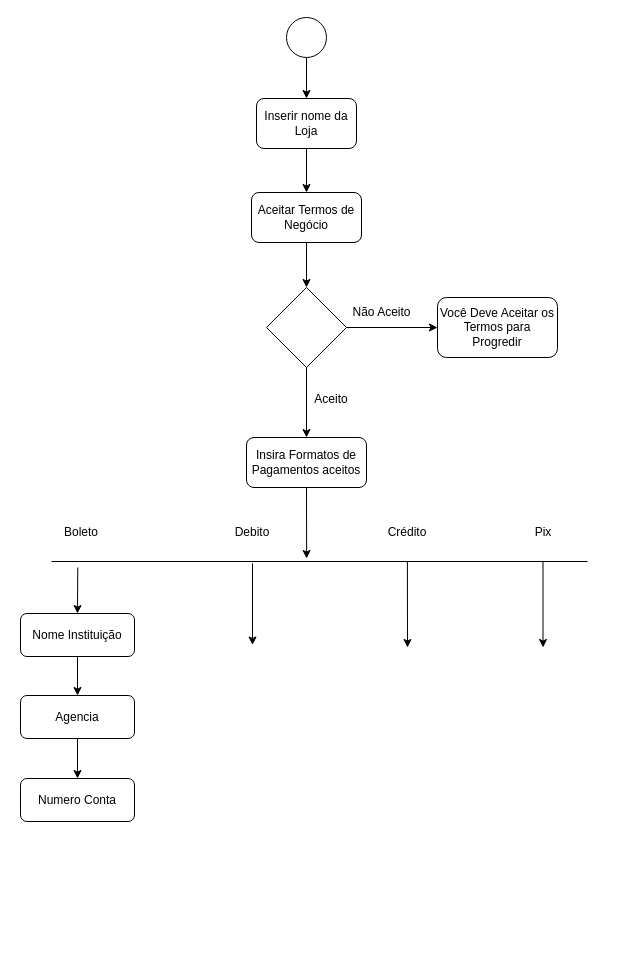
GustavoFerreira143/AtividadeSenai keeps this draw.io diagram as page "FluxoDeAtividadeAdicionarLoja" (4 of 4) of DiagramasPIMVII.drawio. Above is the earlier version. Source tidied: cells renumbered, new cells numbered last; positions are measured from the earlier drawing's top-left corner, leaving out a move shared by most shapes. Both pictures are drawn from the tidied source at 100%, with x=0, y=0 at pixel (20, 17).
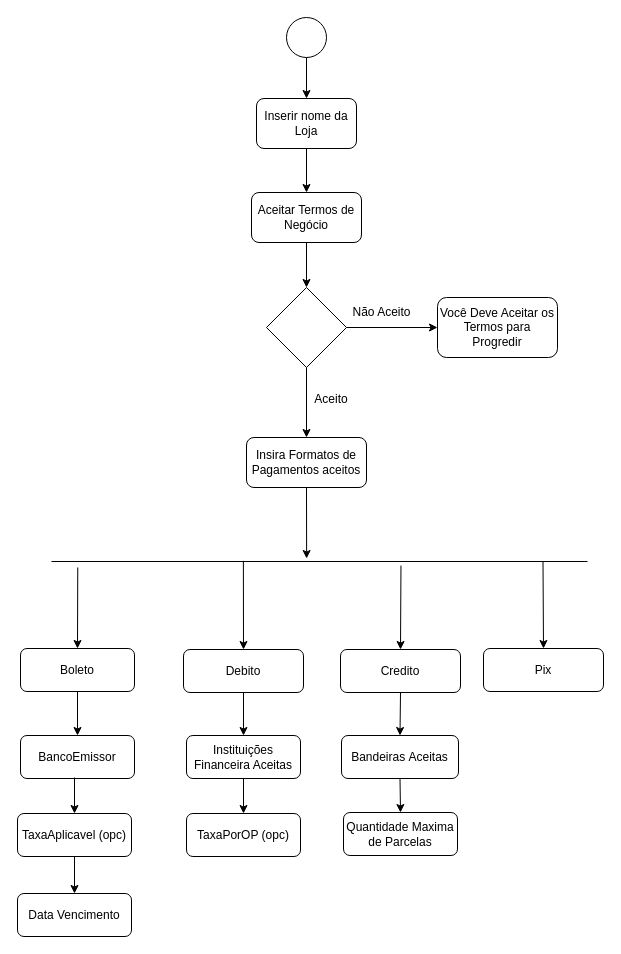
The same page after the edit.

Unchanged cells that the change refers to:
```xml
<mxCell id="15" style="line;strokeWidth=1;fillColor=none;align=left;verticalAlign=middle;spacingTop=-1;spacingLeft=3;spacingRight=3;labelPosition=right;points=[];portConstraint=eastwest;strokeColor=inherit;" parent="1" vertex="1">
  <mxGeometry x="31" y="540" width="536" height="8" as="geometry" />
</mxCell>
```

The edit, as a diff of the source:
```diff
@@
-    <mxCell id="17" value="Boleto" style="text;html=1;align=center;verticalAlign=middle;whiteSpace=wrap;rounded=0;" parent="1" vertex="1">
-      <mxGeometry x="31" y="500" width="60" height="30" as="geometry" />
-    </mxCell>
-    <mxCell id="18" value="Debito" style="text;html=1;align=center;verticalAlign=middle;whiteSpace=wrap;rounded=0;" parent="1" vertex="1">
-      <mxGeometry x="202" y="500" width="60" height="30" as="geometry" />
-    </mxCell>
-    <mxCell id="19" value="Crédito" style="text;html=1;align=center;verticalAlign=middle;whiteSpace=wrap;rounded=0;" parent="1" vertex="1">
-      <mxGeometry x="357" y="500" width="60" height="30" as="geometry" />
-    </mxCell>
-    <mxCell id="20" value="Pix" style="text;html=1;align=center;verticalAlign=middle;whiteSpace=wrap;rounded=0;" parent="1" vertex="1">
-      <mxGeometry x="483" y="500" width="80" height="30" as="geometry" />
-    </mxCell>
-    <mxCell id="21" style="endArrow=classic;html=1;rounded=0;entryX=0.5;entryY=0;entryDx=0;entryDy=0;exitX=0.375;exitY=0.75;exitDx=0;exitDy=0;exitPerimeter=0;" parent="1" edge="1" source="15">
-      <mxGeometry relative="1" as="geometry">
-        <mxPoint x="232" y="627.5" as="targetPoint" />
-      </mxGeometry>
+    <mxCell id="21" style="endArrow=classic;html=1;rounded=0;entryX=0.5;entryY=0;entryDx=0;entryDy=0;exitX=0.358;exitY=0.426;exitDx=0;exitDy=0;exitPerimeter=0;" parent="1" edge="1" source="15" target="18">
+      <mxGeometry relative="1" as="geometry" />
     </mxCell>
-    <mxCell id="22" style="endArrow=classic;html=1;rounded=0;exitX=0.664;exitY=0.5;exitDx=0;exitDy=0;exitPerimeter=0;" parent="1" edge="1" source="15">
-      <mxGeometry relative="1" as="geometry">
-        <mxPoint x="387" y="630" as="targetPoint" />
-      </mxGeometry>
+    <mxCell id="22" style="endArrow=classic;html=1;rounded=0;exitX=0.652;exitY=1.015;exitDx=0;exitDy=0;exitPerimeter=0;entryX=0.5;entryY=0;entryDx=0;entryDy=0;" parent="1" edge="1" source="15" target="30">
+      <mxGeometry relative="1" as="geometry" />
     </mxCell>
-    <mxCell id="23" style="endArrow=classic;html=1;rounded=0;exitX=0.664;exitY=0.5;exitDx=0;exitDy=0;exitPerimeter=0;" parent="1" edge="1">
+    <mxCell id="23" style="endArrow=classic;html=1;rounded=0;exitX=0.664;exitY=0.5;exitDx=0;exitDy=0;exitPerimeter=0;entryX=0.5;entryY=0;entryDx=0;entryDy=0;" parent="1" edge="1" target="20">
       <mxGeometry relative="1" as="geometry">
         <mxPoint x="522.5" y="544" as="sourcePoint" />
-        <mxPoint x="522.5" y="630" as="targetPoint" />
       </mxGeometry>
     </mxCell>
-    <mxCell id="24" value="Agencia" style="rounded=1;whiteSpace=wrap;html=1;" parent="1" vertex="1">
-      <mxGeometry y="678" width="114" height="43" as="geometry" />
-    </mxCell>
-    <mxCell id="25" value="Numero Conta" style="rounded=1;whiteSpace=wrap;html=1;" parent="1" vertex="1">
-      <mxGeometry y="761" width="114" height="43" as="geometry" />
-    </mxCell>
-    <mxCell id="26" style="endArrow=classic;html=1;rounded=0;exitX=0.5;exitY=1;exitDx=0;exitDy=0;entryX=0.5;entryY=0;entryDx=0;entryDy=0;" parent="1" edge="1" source="24" target="25">
-      <mxGeometry relative="1" as="geometry" />
-    </mxCell>
-    <mxCell id="27" value="Nome Instituição" style="rounded=1;whiteSpace=wrap;html=1;" parent="1" vertex="1">
-      <mxGeometry y="596" width="114" height="43" as="geometry" />
-    </mxCell>
-    <mxCell id="28" style="endArrow=classic;html=1;rounded=0;exitX=0.049;exitY=1.25;exitDx=0;exitDy=0;exitPerimeter=0;entryX=0.5;entryY=0;entryDx=0;entryDy=0;" parent="1" edge="1" source="15" target="27">
+    <mxCell id="28" style="endArrow=classic;html=1;rounded=0;exitX=0.049;exitY=1.25;exitDx=0;exitDy=0;exitPerimeter=0;entryX=0.5;entryY=0;entryDx=0;entryDy=0;" parent="1" edge="1" source="15" target="17">
       <mxGeometry relative="1" as="geometry" />
     </mxCell>
-    <mxCell id="29" style="endArrow=classic;html=1;rounded=0;exitX=0.5;exitY=1;exitDx=0;exitDy=0;entryX=0.5;entryY=0;entryDx=0;entryDy=0;" parent="1" edge="1" source="27" target="24">
-      <mxGeometry relative="1" as="geometry" />
-    </mxCell>
+    <mxCell id="17" value="Boleto" style="rounded=1;whiteSpace=wrap;html=1;" parent="1" vertex="1">
+      <mxGeometry y="631" width="114" height="43" as="geometry" />
+    </mxCell>
+    <mxCell id="18" value="Debito" style="rounded=1;whiteSpace=wrap;html=1;" parent="1" vertex="1">
+      <mxGeometry x="163" y="632" width="120" height="43" as="geometry" />
+    </mxCell>
+    <mxCell id="30" value="Credito" style="rounded=1;whiteSpace=wrap;html=1;" parent="1" vertex="1">
+      <mxGeometry x="320" y="632" width="120" height="43" as="geometry" />
+    </mxCell>
+    <mxCell id="20" value="Pix" style="rounded=1;whiteSpace=wrap;html=1;" parent="1" vertex="1">
+      <mxGeometry x="463" y="631" width="120" height="43" as="geometry" />
+    </mxCell>
+    <mxCell id="31" value="BancoEmissor" style="rounded=1;whiteSpace=wrap;html=1;" parent="1" vertex="1">
+      <mxGeometry y="718" width="114" height="43" as="geometry" />
+    </mxCell>
+    <mxCell id="32" style="endArrow=classic;html=1;rounded=0;exitX=0.5;exitY=1;exitDx=0;exitDy=0;entryX=0.5;entryY=0;entryDx=0;entryDy=0;" parent="1" edge="1" source="17" target="31">
+      <mxGeometry relative="1" as="geometry" />
+    </mxCell>
+    <mxCell id="33" value="TaxaAplicavel (opc)" style="rounded=1;whiteSpace=wrap;html=1;" parent="1" vertex="1">
+      <mxGeometry x="-3" y="796" width="114" height="43" as="geometry" />
+    </mxCell>
+    <mxCell id="34" style="endArrow=classic;html=1;rounded=0;entryX=0.5;entryY=0;entryDx=0;entryDy=0;" parent="1" edge="1" target="33">
+      <mxGeometry relative="1" as="geometry">
+        <mxPoint x="54" y="760" as="sourcePoint" />
+      </mxGeometry>
+    </mxCell>
+    <mxCell id="35" value="Data Vencimento" style="rounded=1;whiteSpace=wrap;html=1;" parent="1" vertex="1">
+      <mxGeometry x="-3" y="876" width="114" height="43" as="geometry" />
+    </mxCell>
+    <mxCell id="36" style="endArrow=classic;html=1;rounded=0;exitX=0.5;exitY=1;exitDx=0;exitDy=0;entryX=0.5;entryY=0;entryDx=0;entryDy=0;" parent="1" edge="1" source="33" target="35">
+      <mxGeometry relative="1" as="geometry" />
+    </mxCell>
+    <mxCell id="37" value="Instituições Financeira Aceitas" style="rounded=1;whiteSpace=wrap;html=1;" parent="1" vertex="1">
+      <mxGeometry x="166" y="718" width="114" height="43" as="geometry" />
+    </mxCell>
+    <mxCell id="38" style="endArrow=classic;html=1;rounded=0;exitX=0.5;exitY=1;exitDx=0;exitDy=0;entryX=0.5;entryY=0;entryDx=0;entryDy=0;" parent="1" edge="1" source="18" target="37">
+      <mxGeometry relative="1" as="geometry" />
+    </mxCell>
+    <mxCell id="39" value="TaxaPorOP (opc)" style="rounded=1;whiteSpace=wrap;html=1;" parent="1" vertex="1">
+      <mxGeometry x="166" y="796" width="114" height="43" as="geometry" />
+    </mxCell>
+    <mxCell id="40" style="endArrow=classic;html=1;rounded=0;exitX=0.5;exitY=1;exitDx=0;exitDy=0;entryX=0.5;entryY=0;entryDx=0;entryDy=0;" parent="1" edge="1" source="37" target="39">
+      <mxGeometry relative="1" as="geometry" />
+    </mxCell>
+    <mxCell id="41" value="Bandeiras&amp;nbsp;&lt;span style=&quot;background-color: transparent; color: light-dark(rgb(0, 0, 0), rgb(255, 255, 255));&quot;&gt;Aceitas&lt;/span&gt;" style="rounded=1;whiteSpace=wrap;html=1;" parent="1" vertex="1">
+      <mxGeometry x="321" y="718" width="117" height="43" as="geometry" />
+    </mxCell>
+    <mxCell id="42" style="endArrow=classic;html=1;rounded=0;exitX=0.5;exitY=1;exitDx=0;exitDy=0;entryX=0.5;entryY=0;entryDx=0;entryDy=0;" parent="1" edge="1" source="30" target="41">
+      <mxGeometry relative="1" as="geometry" />
+    </mxCell>
+    <mxCell id="43" value="Quantidade Maxima de Parcelas" style="rounded=1;whiteSpace=wrap;html=1;" parent="1" vertex="1">
+      <mxGeometry x="323" y="795" width="114" height="43" as="geometry" />
+    </mxCell>
+    <mxCell id="44" style="endArrow=classic;html=1;rounded=0;exitX=0.5;exitY=1;exitDx=0;exitDy=0;entryX=0.5;entryY=0;entryDx=0;entryDy=0;" parent="1" edge="1" source="41" target="43">
+      <mxGeometry relative="1" as="geometry" />
+    </mxCell>
```
